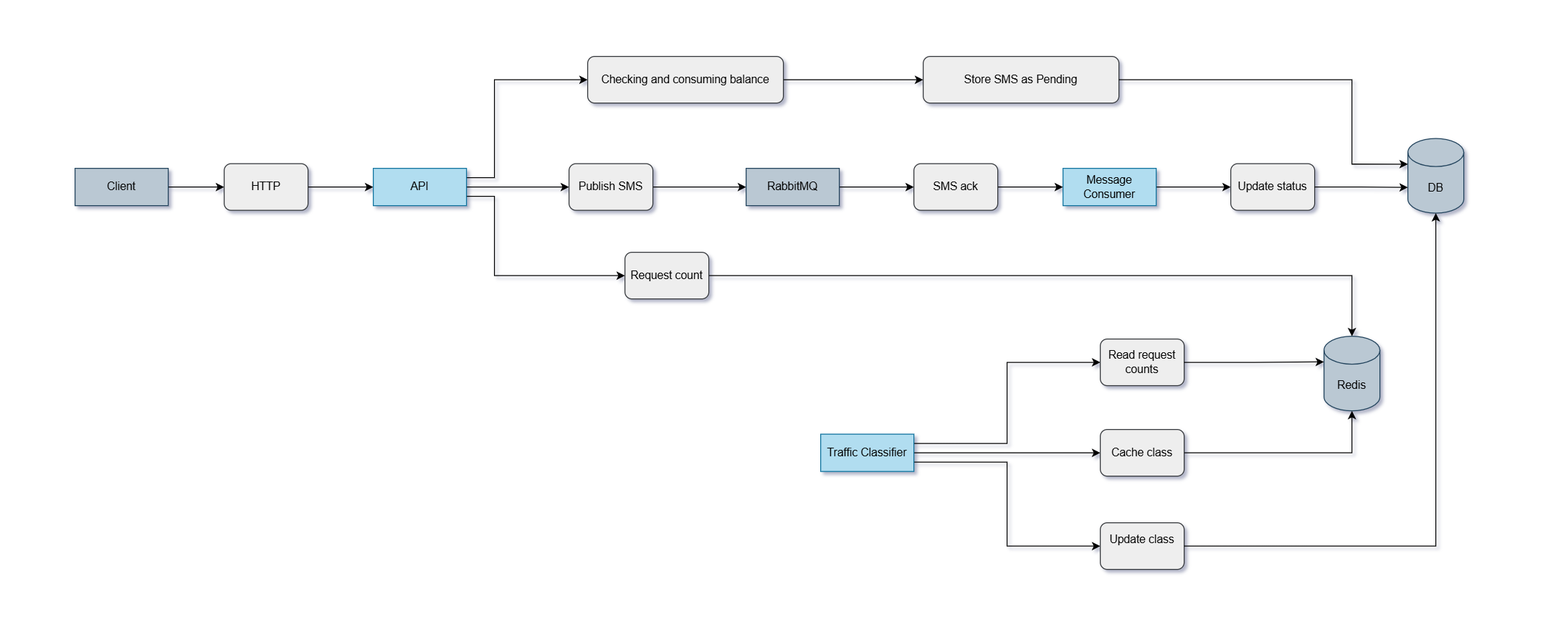
Earlier version of the draw.io export docs/images/sms_gateway_service.drawio.png (faramarzQ/sms-gateway-service). Source tidied: cells renumbered, new cells last; positions are measured from the earlier drawing's top-left corner, leaving out a move shared by most shapes.
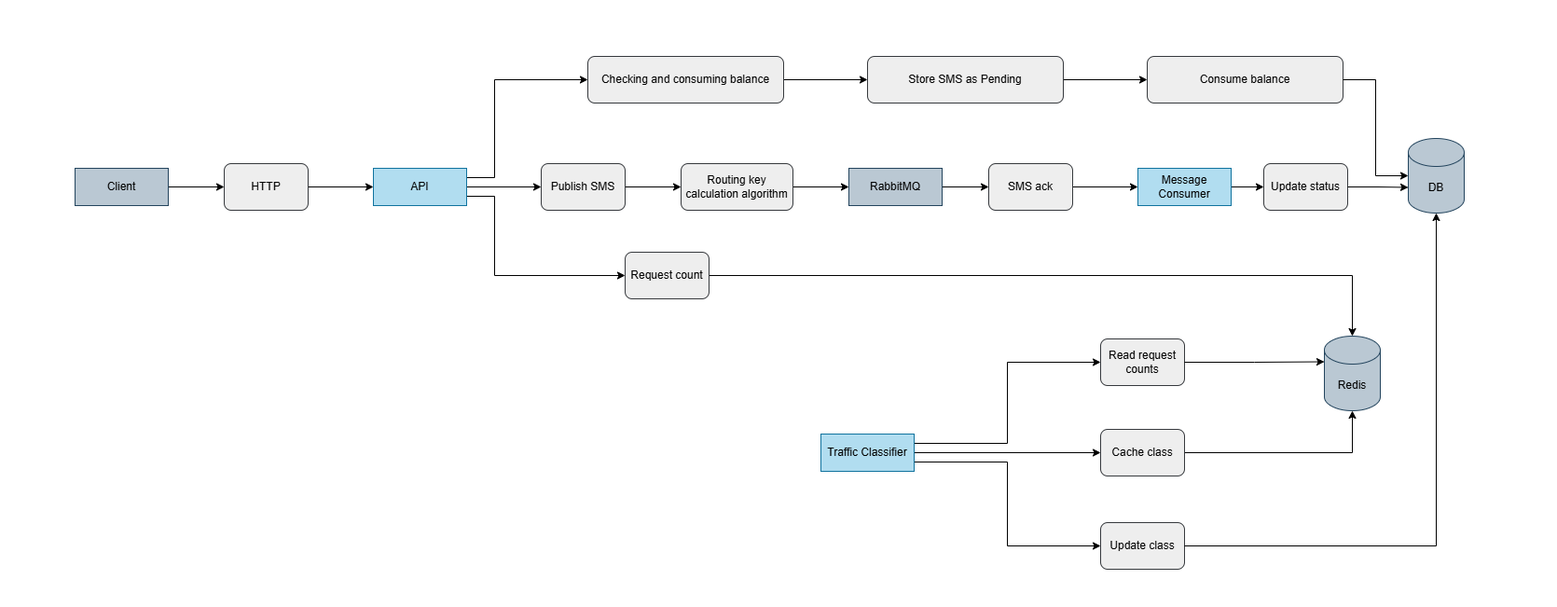
The same diagram one commit later.

Change to the diagram source:
```diff
@@ -37,28 +37,28 @@
       <mxGeometry relative="1" as="geometry" />
     </mxCell>
     <mxCell id="10" value="Message Consumer" style="rounded=0;whiteSpace=wrap;html=1;fillColor=#b1ddf0;strokeColor=#10739e;" parent="1" vertex="1">
-      <mxGeometry x="1140" y="180" width="100" height="40" as="geometry" />
+      <mxGeometry x="1220" y="180" width="100" height="40" as="geometry" />
     </mxCell>
-    <mxCell id="11" style="edgeStyle=orthogonalEdgeStyle;rounded=0;jettySize=auto;html=1;" parent="1" edge="1" source="12" target="14">
-      <mxGeometry relative="1" as="geometry" />
-    </mxCell>
+    <mxCell id="42" style="edgeStyle=orthogonalEdgeStyle;rounded=0;jettySize=auto;html=1;entryX=0;entryY=0.5;entryDx=0;entryDy=0;" parent="1" edge="1" source="12" target="47">
+      <mxGeometry relative="1" as="geometry" />
+    </mxCell>
     <mxCell id="12" value="Publish SMS" style="rounded=1;whiteSpace=wrap;html=1;fillColor=#eeeeee;strokeColor=#36393d;" parent="1" vertex="1">
-      <mxGeometry x="610" y="175" width="90" height="50" as="geometry" />
+      <mxGeometry x="580" y="175" width="90" height="50" as="geometry" />
     </mxCell>
     <mxCell id="13" style="edgeStyle=orthogonalEdgeStyle;rounded=0;jettySize=auto;html=1;entryX=0;entryY=0.5;entryDx=0;entryDy=0;" parent="1" edge="1" source="14" target="16">
       <mxGeometry relative="1" as="geometry" />
     </mxCell>
     <mxCell id="14" value="RabbitMQ" style="rounded=0;whiteSpace=wrap;html=1;fillColor=#bac8d3;strokeColor=#23445d;" parent="1" vertex="1">
-      <mxGeometry x="800" y="180" width="100" height="40" as="geometry" />
+      <mxGeometry x="910" y="180" width="100" height="40" as="geometry" />
     </mxCell>
     <mxCell id="15" style="edgeStyle=orthogonalEdgeStyle;rounded=0;jettySize=auto;html=1;entryX=0;entryY=0.5;entryDx=0;entryDy=0;" parent="1" edge="1" source="16" target="10">
       <mxGeometry relative="1" as="geometry" />
     </mxCell>
     <mxCell id="16" value="SMS ack" style="rounded=1;whiteSpace=wrap;html=1;fillColor=#eeeeee;strokeColor=#36393d;" parent="1" vertex="1">
-      <mxGeometry x="980" y="175" width="90" height="50" as="geometry" />
+      <mxGeometry x="1060" y="175" width="90" height="50" as="geometry" />
     </mxCell>
     <mxCell id="17" value="Update status" style="rounded=1;whiteSpace=wrap;html=1;fillColor=#eeeeee;strokeColor=#36393d;" parent="1" vertex="1">
-      <mxGeometry x="1320" y="175" width="90" height="50" as="geometry" />
+      <mxGeometry x="1355" y="175" width="90" height="50" as="geometry" />
     </mxCell>
     <mxCell id="18" style="edgeStyle=orthogonalEdgeStyle;rounded=0;jettySize=auto;html=1;" parent="1" edge="1" source="19" target="32">
       <mxGeometry relative="1" as="geometry" />
@@ -72,8 +72,11 @@
     <mxCell id="21" value="Checking and consuming balance" style="rounded=1;whiteSpace=wrap;html=1;fillColor=#eeeeee;strokeColor=#36393d;" parent="1" vertex="1">
       <mxGeometry x="630" y="60" width="210" height="50" as="geometry" />
     </mxCell>
+    <mxCell id="43" style="edgeStyle=orthogonalEdgeStyle;rounded=0;jettySize=auto;html=1;entryX=0;entryY=0.5;entryDx=0;entryDy=0;" parent="1" edge="1" source="22" target="44">
+      <mxGeometry relative="1" as="geometry" />
+    </mxCell>
     <mxCell id="22" value="Store SMS as Pending" style="rounded=1;whiteSpace=wrap;html=1;fillColor=#eeeeee;strokeColor=#36393d;" parent="1" vertex="1">
-      <mxGeometry x="990" y="60" width="210" height="50" as="geometry" />
+      <mxGeometry x="930" y="60" width="210" height="50" as="geometry" />
     </mxCell>
     <mxCell id="23" style="edgeStyle=orthogonalEdgeStyle;rounded=0;jettySize=auto;html=1;entryX=0;entryY=0.5;entryDx=0;entryDy=0;" parent="1" edge="1" source="26" target="29">
       <mxGeometry relative="1" as="geometry" />
@@ -96,7 +99,7 @@
     <mxCell id="29" value="Cache class" style="rounded=1;whiteSpace=wrap;html=1;fillColor=#eeeeee;strokeColor=#36393d;" parent="1" vertex="1">
       <mxGeometry x="1180" y="460" width="90" height="50" as="geometry" />
     </mxCell>
-    <mxCell id="30" value="Update class&lt;div&gt;&lt;br&gt;&lt;/div&gt;" style="rounded=1;whiteSpace=wrap;html=1;fillColor=#eeeeee;strokeColor=#36393d;" parent="1" vertex="1">
+    <mxCell id="30" value="Update class" style="rounded=1;whiteSpace=wrap;html=1;fillColor=#eeeeee;strokeColor=#36393d;" parent="1" vertex="1">
       <mxGeometry x="1180" y="560" width="90" height="50" as="geometry" />
     </mxCell>
     <mxCell id="31" value="DB" style="shape=cylinder3;whiteSpace=wrap;html=1;boundedLbl=1;backgroundOutline=1;size=15;fillColor=#bac8d3;strokeColor=#23445d;" parent="1" vertex="1">
@@ -117,14 +120,6 @@
     <mxCell id="36" value="API" style="rounded=0;whiteSpace=wrap;html=1;fillColor=#b1ddf0;strokeColor=#10739e;" parent="1" vertex="1">
       <mxGeometry x="400" y="180" width="100" height="40" as="geometry" />
     </mxCell>
-    <mxCell id="37" style="edgeStyle=orthogonalEdgeStyle;rounded=0;jettySize=auto;html=1;entryX=0;entryY=0;entryDx=0;entryDy=27.5;entryPerimeter=0;" parent="1" edge="1" source="22" target="31">
-      <mxGeometry relative="1" as="geometry">
-        <Array as="points">
-          <mxPoint x="1450" y="85" />
-          <mxPoint x="1450" y="175.5" />
-        </Array>
-      </mxGeometry>
-    </mxCell>
     <mxCell id="38" value="&amp;nbsp; &amp;nbsp;" style="text;html=1;whiteSpace=wrap;strokeColor=none;fillColor=none;align=center;verticalAlign=middle;rounded=0;" parent="1" vertex="1">
       <mxGeometry x="910" width="60" height="30" as="geometry" />
     </mxCell>
@@ -137,5 +132,17 @@
     <mxCell id="41" value="&amp;nbsp; &amp;nbsp;" style="text;html=1;whiteSpace=wrap;strokeColor=none;fillColor=none;align=center;verticalAlign=middle;rounded=0;" parent="1" vertex="1">
       <mxGeometry x="1110" y="620" width="60" height="30" as="geometry" />
     </mxCell>
+    <mxCell id="44" value="Consume balance" style="rounded=1;whiteSpace=wrap;html=1;fillColor=#eeeeee;strokeColor=#36393d;" parent="1" vertex="1">
+      <mxGeometry x="1230" y="60" width="210" height="50" as="geometry" />
+    </mxCell>
+    <mxCell id="45" style="edgeStyle=orthogonalEdgeStyle;rounded=0;jettySize=auto;html=1;entryX=0;entryY=0.5;entryDx=0;entryDy=0;entryPerimeter=0;" parent="1" edge="1" source="44" target="31">
+      <mxGeometry relative="1" as="geometry" />
+    </mxCell>
+    <mxCell id="46" style="edgeStyle=orthogonalEdgeStyle;rounded=0;jettySize=auto;html=1;entryX=0;entryY=0.5;entryDx=0;entryDy=0;" parent="1" edge="1" source="47" target="14">
+      <mxGeometry relative="1" as="geometry" />
+    </mxCell>
+    <mxCell id="47" value="Routing key calculation algorithm" style="rounded=1;whiteSpace=wrap;html=1;fillColor=#eeeeee;strokeColor=#36393d;" parent="1" vertex="1">
+      <mxGeometry x="730" y="175" width="120" height="50" as="geometry" />
+    </mxCell>
   </root>
 </mxGraphModel>
```
